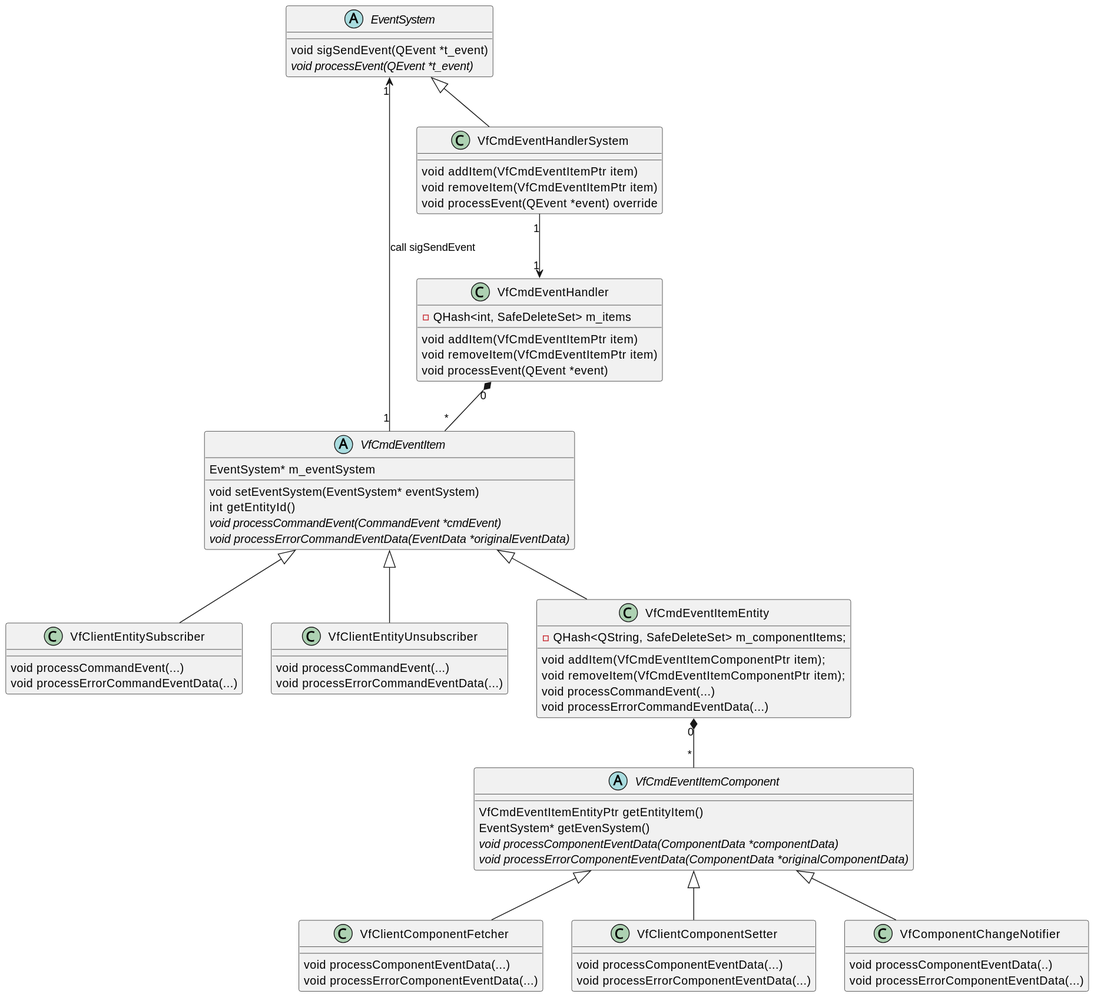
Earlier version of the PlantUML export convenient-code/doc/convenient-code-uml.svg (ZeraGmbH/vein-framework). Source of this version:
```plantuml
@startuml
EventSystem <|-- VfCmdEventHandlerSystem
abstract class EventSystem {
    void sigSendEvent(QEvent *t_event)
    {abstract} void processEvent(QEvent *t_event)
}

class VfCmdEventHandlerSystem {
    void addItem(VfCmdEventItemPtr item)
    void removeItem(VfCmdEventItemPtr item)
    void processEvent(QEvent *event) override
}

VfCmdEventHandlerSystem "1" --> "1" VfCmdEventHandler
VfCmdEventHandler "0" *-- "*" VfCmdEventItem

class VfCmdEventHandler {
    void addItem(VfCmdEventItemPtr item)
    void removeItem(VfCmdEventItemPtr item)
    void processEvent(QEvent *event)
    -QHash<int, SafeDeleteSet> m_items
}

VfCmdEventItem "1" -up-> "1" EventSystem:"call sigSendEvent"
abstract class VfCmdEventItem {
    void setEventSystem(EventSystem* eventSystem)
    int getEntityId()
    {abstract} void processCommandEvent(CommandEvent *cmdEvent)
    {abstract} void processErrorCommandEventData(EventData *originalEventData)
    EventSystem* m_eventSystem
}

VfClientEntitySubscriber -up-|> VfCmdEventItem
class VfClientEntitySubscriber {
    void processCommandEvent(...)
    void processErrorCommandEventData(...)
}

VfClientEntityUnsubscriber -up-|> VfCmdEventItem
class VfClientEntityUnsubscriber {
    void processCommandEvent(...)
    void processErrorCommandEventData(...)
}

class VfCmdEventItemEntity {
    void addItem(VfCmdEventItemComponentPtr item);
    void removeItem(VfCmdEventItemComponentPtr item);
    void processCommandEvent(...)
    void processErrorCommandEventData(...)
    -QHash<QString, SafeDeleteSet> m_componentItems;
}
VfCmdEventItemEntity -up-|> VfCmdEventItem

VfCmdEventItemEntity "0" *-- "*" VfCmdEventItemComponent
abstract class VfCmdEventItemComponent {
    VfCmdEventItemEntityPtr getEntityItem()
    EventSystem* getEvenSystem()
    {abstract} void processComponentEventData(ComponentData *componentData)
    {abstract} void processErrorComponentEventData(ComponentData *originalComponentData)
}

class VfClientComponentFetcher {
    void processComponentEventData(...)
    void processErrorComponentEventData(...)
}
VfClientComponentFetcher -up-|> VfCmdEventItemComponent

class VfClientComponentSetter {
    void processComponentEventData(...)
    void processErrorComponentEventData(...)
}
VfClientComponentSetter -up-|> VfCmdEventItemComponent

class VfComponentChangeNotifier {
    void processComponentEventData(..)
    void processErrorComponentEventData(...)
}
VfComponentChangeNotifier -up-|> VfCmdEventItemComponent

@endum
```
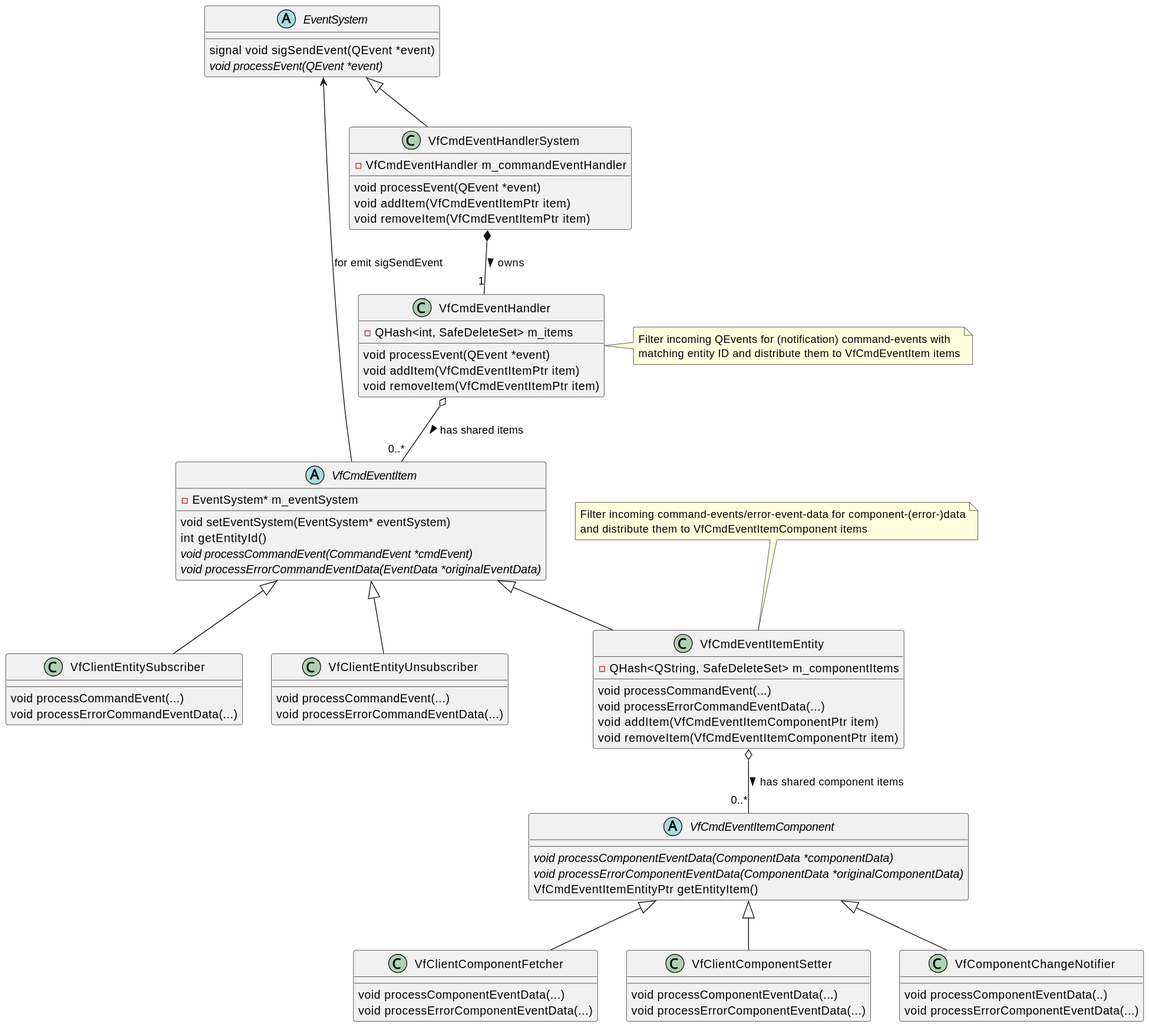
The same file after the commit.

Commit message:
convenient-code/doc: Overhaul to make it more enlightening

What changed in the source:
```diff
@@ -1,62 +1,64 @@
 @startuml
 EventSystem <|-- VfCmdEventHandlerSystem
 abstract class EventSystem {
-    void sigSendEvent(QEvent *t_event)
-    {abstract} void processEvent(QEvent *t_event)
+    signal void sigSendEvent(QEvent *event)
+    {abstract} void processEvent(QEvent *event)
 }
 
 class VfCmdEventHandlerSystem {
+    void processEvent(QEvent *event)
     void addItem(VfCmdEventItemPtr item)
     void removeItem(VfCmdEventItemPtr item)
-    void processEvent(QEvent *event) override
+    -VfCmdEventHandler m_commandEventHandler
 }
 
-VfCmdEventHandlerSystem "1" --> "1" VfCmdEventHandler
-VfCmdEventHandler "0" *-- "*" VfCmdEventItem
+VfCmdEventHandlerSystem *-- "1" VfCmdEventHandler : owns >
+VfCmdEventHandler o-- "0..*" VfCmdEventItem : has shared items >
 
 class VfCmdEventHandler {
+    void processEvent(QEvent *event)
     void addItem(VfCmdEventItemPtr item)
     void removeItem(VfCmdEventItemPtr item)
-    void processEvent(QEvent *event)
     -QHash<int, SafeDeleteSet> m_items
 }
+note right of VfCmdEventHandler: Filter incoming QEvents for (notification) command-events with\nmatching entity ID and distribute them to VfCmdEventItem items
 
-VfCmdEventItem "1" -up-> "1" EventSystem:"call sigSendEvent"
+EventSystem <-- VfCmdEventItem: for emit sigSendEvent
 abstract class VfCmdEventItem {
     void setEventSystem(EventSystem* eventSystem)
     int getEntityId()
     {abstract} void processCommandEvent(CommandEvent *cmdEvent)
     {abstract} void processErrorCommandEventData(EventData *originalEventData)
-    EventSystem* m_eventSystem
+    -EventSystem* m_eventSystem
 }
 
-VfClientEntitySubscriber -up-|> VfCmdEventItem
+VfCmdEventItem <|-- VfClientEntitySubscriber
 class VfClientEntitySubscriber {
     void processCommandEvent(...)
     void processErrorCommandEventData(...)
 }
 
-VfClientEntityUnsubscriber -up-|> VfCmdEventItem
+VfCmdEventItem <|-- VfClientEntityUnsubscriber
 class VfClientEntityUnsubscriber {
     void processCommandEvent(...)
     void processErrorCommandEventData(...)
 }
 
 class VfCmdEventItemEntity {
-    void addItem(VfCmdEventItemComponentPtr item);
-    void removeItem(VfCmdEventItemComponentPtr item);
     void processCommandEvent(...)
     void processErrorCommandEventData(...)
-    -QHash<QString, SafeDeleteSet> m_componentItems;
+    void addItem(VfCmdEventItemComponentPtr item)
+    void removeItem(VfCmdEventItemComponentPtr item)
+    -QHash<QString, SafeDeleteSet> m_componentItems
 }
+note top of VfCmdEventItemEntity: Filter incoming command-events/error-event-data for component-(error-)data\nand distribute them to VfCmdEventItemComponent items
 VfCmdEventItemEntity -up-|> VfCmdEventItem
 
-VfCmdEventItemEntity "0" *-- "*" VfCmdEventItemComponent
+VfCmdEventItemEntity o-- "0..*" VfCmdEventItemComponent : has shared component items >
 abstract class VfCmdEventItemComponent {
-    VfCmdEventItemEntityPtr getEntityItem()
-    EventSystem* getEvenSystem()
     {abstract} void processComponentEventData(ComponentData *componentData)
     {abstract} void processErrorComponentEventData(ComponentData *originalComponentData)
+    VfCmdEventItemEntityPtr getEntityItem()
 }
 
 class VfClientComponentFetcher {
```
